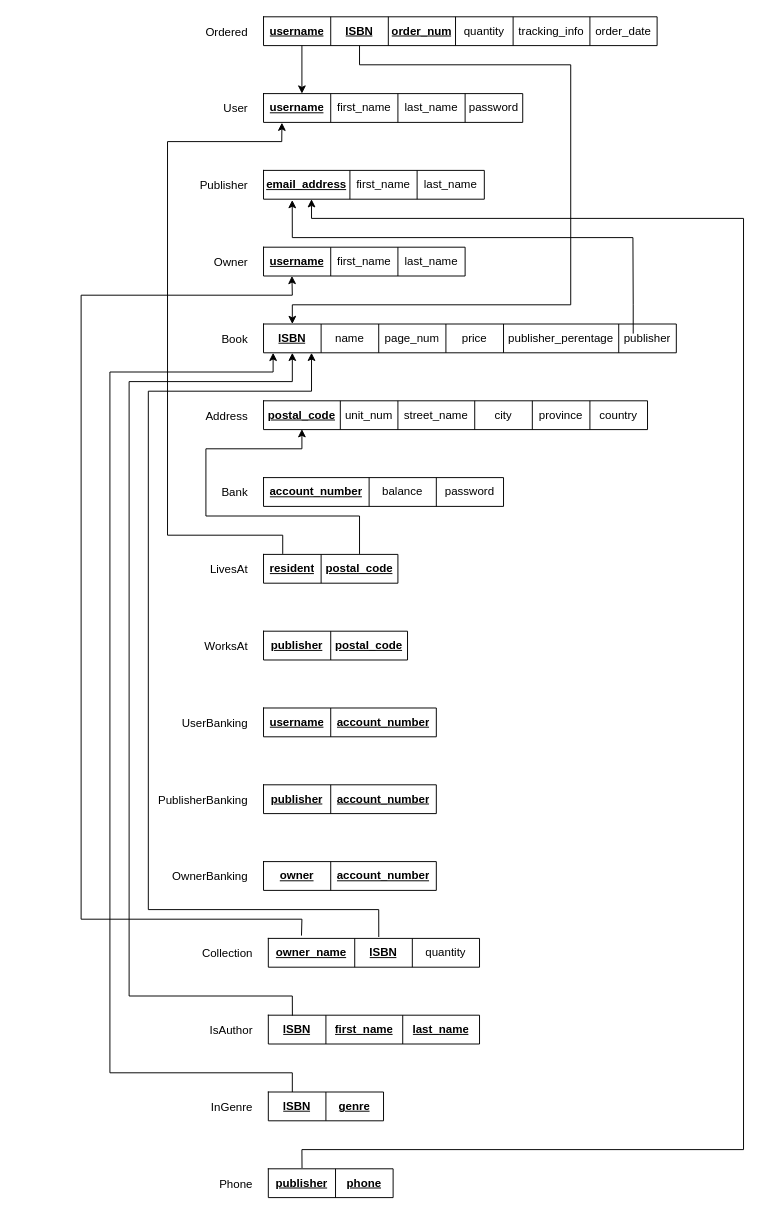
Before: Diagrams/2.2 Reduction to Relation Schema.drawio in MiniEinsteinD/BookStore, a draw.io diagram. Source tidied: cells renumbered, new cells numbered last; positions are measured from the earlier drawing's top-left corner, leaving out a move shared by most shapes. Both pictures are drawn from the tidied source at 96%, with x=0, y=0 at pixel (81, 16).
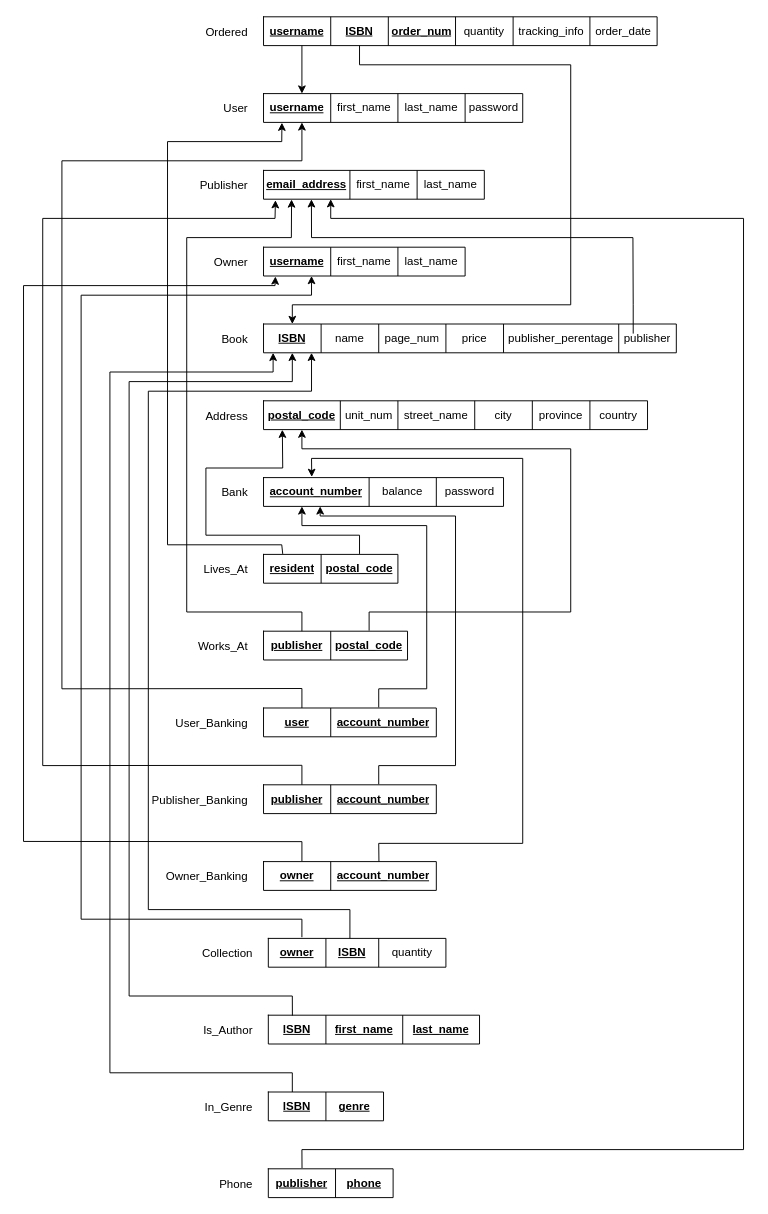
The same page after the edit.

Commit message:
edited banking relations in schema

Unchanged cells that the change refers to:
```xml
<mxCell id="3" style="shape=partialRectangle;html=1;whiteSpace=wrap;fillColor=none;top=0;left=0;bottom=0;right=0;points=[[0,0.5],[1,0.5]];portConstraint=eastwest;" parent="2" vertex="1">
  <mxGeometry width="270" height="30" as="geometry" />
</mxCell>
<mxCell id="10" style="shape=partialRectangle;html=1;whiteSpace=wrap;fillColor=none;top=0;left=0;bottom=0;right=0;points=[[0,0.5],[1,0.5]];portConstraint=eastwest;" parent="9" vertex="1">
  <mxGeometry width="230" height="30" as="geometry" />
</mxCell>
<mxCell id="16" style="shape=partialRectangle;html=1;whiteSpace=wrap;fillColor=none;top=0;left=0;bottom=0;right=0;points=[[0,0.5],[1,0.5]];portConstraint=eastwest;" parent="15" vertex="1">
  <mxGeometry width="210" height="30" as="geometry" />
</mxCell>
<mxCell id="31" style="shape=partialRectangle;html=1;whiteSpace=wrap;fillColor=none;top=0;left=0;bottom=0;right=0;points=[[0,0.5],[1,0.5]];portConstraint=eastwest;" parent="30" vertex="1">
  <mxGeometry width="400" height="30" as="geometry" />
</mxCell>
<mxCell id="40" style="shape=partialRectangle;html=1;whiteSpace=wrap;fillColor=none;top=0;left=0;bottom=0;right=0;points=[[0,0.5],[1,0.5]];portConstraint=eastwest;" parent="39" vertex="1">
  <mxGeometry width="250" height="30" as="geometry" />
</mxCell>
<mxCell id="86" style="shape=partialRectangle;html=1;whiteSpace=wrap;fillColor=none;top=0;left=0;bottom=0;right=0;points=[[0,0.5],[1,0.5]];portConstraint=eastwest;" parent="85" vertex="1">
  <mxGeometry width="130" height="30" as="geometry" />
</mxCell>
<mxCell id="97" style="shape=partialRectangle;html=1;whiteSpace=wrap;fillColor=none;top=0;left=0;bottom=0;right=0;" parent="96" vertex="1">
  <mxGeometry width="180" height="30" as="geometry" />
</mxCell>
<mxCell id="107" style="shape=partialRectangle;html=1;whiteSpace=wrap;fillColor=none;top=0;left=0;bottom=0;right=0;points=[[0,0.5],[1,0.5]];portConstraint=eastwest;" parent="106" vertex="1">
  <mxGeometry width="180" height="30" as="geometry" />
</mxCell>
```

The edit, as a diff of the source:
```diff
@@
-    <mxCell id="45" style="endArrow=classic;html=1;rounded=0;entryX=0.13;entryY=1.03;entryDx=0;entryDy=0;entryPerimeter=0;" parent="1" edge="1" target="10">
+    <mxCell id="45" style="endArrow=classic;html=1;rounded=0;entryX=0.217;entryY=1.004;entryDx=0;entryDy=0;entryPerimeter=0;" parent="1" edge="1" target="10">
       <mxGeometry relative="1" as="geometry">
         <mxPoint x="575.1" y="330" as="sourcePoint" />
         <Array as="points">
           <mxPoint x="575.1" y="300" />
           <mxPoint x="574.8" y="230" />
-          <mxPoint x="220" y="230" />
+          <mxPoint x="240" y="230" />
         </Array>
       </mxGeometry>
     </mxCell>
@@
-    <mxCell id="50" value="LivesAt" style="text;strokeColor=none;fillColor=none;align=right;verticalAlign=middle;spacingLeft=4;spacingRight=4;overflow=hidden;" parent="1" vertex="1">
+    <mxCell id="50" value="Lives_At" style="text;strokeColor=none;fillColor=none;align=right;verticalAlign=middle;spacingLeft=4;spacingRight=4;overflow=hidden;" parent="1" vertex="1">
       <mxGeometry x="100" y="560" width="80" height="30" as="geometry" />
     </mxCell>
     <mxCell id="51" style="endArrow=classic;html=1;rounded=0;entryX=0.071;entryY=1.011;entryDx=0;entryDy=0;entryPerimeter=0;" parent="1" edge="1" target="3">
       <mxGeometry relative="1" as="geometry">
         <mxPoint x="210" y="559.5" as="sourcePoint" />
         <Array as="points">
-          <mxPoint x="210" y="540" />
-          <mxPoint x="90" y="540" />
+          <mxPoint x="209" y="550" />
+          <mxPoint x="90" y="550" />
           <mxPoint x="90" y="130" />
           <mxPoint x="209" y="130" />
         </Array>
       </mxGeometry>
     </mxCell>
-    <mxCell id="52" style="endArrow=classic;html=1;rounded=0;entryX=0.1;entryY=0.985;entryDx=0;entryDy=0;entryPerimeter=0;" parent="1" edge="1" target="31">
+    <mxCell id="52" style="endArrow=classic;html=1;rounded=0;entryX=0.049;entryY=1.004;entryDx=0;entryDy=0;entryPerimeter=0;" parent="1" edge="1" target="31">
       <mxGeometry relative="1" as="geometry">
         <mxPoint x="290" y="559.5" as="sourcePoint" />
         <Array as="points">
-          <mxPoint x="290" y="520" />
-          <mxPoint x="130" y="520" />
-          <mxPoint x="130" y="450" />
-          <mxPoint x="230" y="450" />
+          <mxPoint x="290" y="540" />
+          <mxPoint x="130" y="540" />
+          <mxPoint x="130" y="470" />
+          <mxPoint x="210" y="470" />
         </Array>
       </mxGeometry>
     </mxCell>
     <mxCell id="53" style="shape=table;html=1;whiteSpace=wrap;startSize=0;childLayout=tableLayout;" parent="1" vertex="1">
-      <mxGeometry x="195" y="960" width="220" height="30" as="geometry" />
+      <mxGeometry x="195" y="960" width="185" height="30" as="geometry" />
     </mxCell>
     <mxCell id="54" style="shape=partialRectangle;html=1;whiteSpace=wrap;fillColor=none;top=0;left=0;bottom=0;right=0;points=[[0,0.5],[1,0.5]];portConstraint=eastwest;" parent="53" vertex="1">
-      <mxGeometry width="220" height="30" as="geometry" />
+      <mxGeometry width="185" height="30" as="geometry" />
     </mxCell>
-    <mxCell id="55" value="&lt;b&gt;owner_name&lt;/b&gt;" style="shape=partialRectangle;html=1;whiteSpace=wrap;fillColor=none;top=0;left=0;bottom=0;right=0;overflow=hidden;fontStyle=4;" parent="54" vertex="1">
-      <mxGeometry width="90" height="30" as="geometry" />
+    <mxCell id="55" value="&lt;b&gt;owner&lt;/b&gt;" style="shape=partialRectangle;html=1;whiteSpace=wrap;fillColor=none;top=0;left=0;bottom=0;right=0;overflow=hidden;fontStyle=4;" parent="54" vertex="1">
+      <mxGeometry width="60" height="30" as="geometry" />
     </mxCell>
     <mxCell id="56" value="&lt;b&gt;&lt;u&gt;ISBN&lt;/u&gt;&lt;/b&gt;" style="shape=partialRectangle;html=1;whiteSpace=wrap;fillColor=none;top=0;left=0;bottom=0;right=0;overflow=hidden;" parent="54" vertex="1">
-      <mxGeometry x="90" width="60" height="30" as="geometry" />
+      <mxGeometry x="60" width="55" height="30" as="geometry" />
     </mxCell>
     <mxCell id="57" value="quantity" style="shape=partialRectangle;html=1;whiteSpace=wrap;fillColor=none;top=0;left=0;bottom=0;right=0;overflow=hidden;" parent="54" vertex="1">
-      <mxGeometry x="150" width="70" height="30" as="geometry" />
+      <mxGeometry x="115" width="70" height="30" as="geometry" />
     </mxCell>
@@
-    <mxCell id="59" style="endArrow=classic;html=1;rounded=0;entryX=0.141;entryY=0.998;entryDx=0;entryDy=0;entryPerimeter=0;exitX=0.157;exitY=-0.097;exitDx=0;exitDy=0;exitPerimeter=0;" parent="1" edge="1" source="54" target="16">
+    <mxCell id="59" style="endArrow=classic;html=1;rounded=0;exitX=0.189;exitY=-0.042;exitDx=0;exitDy=0;exitPerimeter=0;" parent="1" edge="1" source="54">
       <mxGeometry relative="1" as="geometry">
+        <mxPoint x="240" y="270" as="targetPoint" />
         <Array as="points">
           <mxPoint x="230" y="940" />
           <mxPoint y="940" />
           <mxPoint y="290" />
-          <mxPoint x="220" y="290" />
+          <mxPoint x="240" y="290" />
         </Array>
       </mxGeometry>
     </mxCell>
-    <mxCell id="60" style="endArrow=classic;html=1;rounded=0;exitX=0.523;exitY=-0.049;exitDx=0;exitDy=0;exitPerimeter=0;" parent="1" edge="1" source="54">
+    <mxCell id="60" style="endArrow=classic;html=1;rounded=0;" parent="1" edge="1">
       <mxGeometry relative="1" as="geometry">
+        <mxPoint x="280" y="960" as="sourcePoint" />
         <mxPoint x="240" y="350" as="targetPoint" />
         <Array as="points">
-          <mxPoint x="310" y="930" />
+          <mxPoint x="280" y="930" />
           <mxPoint x="70" y="930" />
           <mxPoint x="70" y="390" />
           <mxPoint x="240" y="390" />
         </Array>
       </mxGeometry>
     </mxCell>
@@
-    <mxCell id="77" value="IsAuthor" style="text;strokeColor=none;fillColor=none;align=right;verticalAlign=middle;spacingLeft=4;spacingRight=4;overflow=hidden;" parent="1" vertex="1">
+    <mxCell id="77" value="Is_Author" style="text;strokeColor=none;fillColor=none;align=right;verticalAlign=middle;spacingLeft=4;spacingRight=4;overflow=hidden;" parent="1" vertex="1">
       <mxGeometry x="105" y="1040" width="80" height="30" as="geometry" />
     </mxCell>
@@
-    <mxCell id="82" value="InGenre" style="text;strokeColor=none;fillColor=none;align=right;verticalAlign=middle;spacingLeft=4;spacingRight=4;overflow=hidden;" parent="1" vertex="1">
+    <mxCell id="82" value="In_Genre" style="text;strokeColor=none;fillColor=none;align=right;verticalAlign=middle;spacingLeft=4;spacingRight=4;overflow=hidden;" parent="1" vertex="1">
       <mxGeometry x="105" y="1120" width="80" height="30" as="geometry" />
     </mxCell>
@@
     <mxCell id="90" style="endArrow=classic;html=1;rounded=0;exitX=0.27;exitY=-0.026;exitDx=0;exitDy=0;exitPerimeter=0;" parent="1" edge="1" source="86">
       <mxGeometry relative="1" as="geometry">
-        <mxPoint x="240" y="190" as="targetPoint" />
+        <mxPoint x="260" y="190" as="targetPoint" />
         <Array as="points">
           <mxPoint x="230" y="1180" />
           <mxPoint x="690" y="1180" />
           <mxPoint x="690" y="210" />
-          <mxPoint x="240" y="210" />
+          <mxPoint x="260" y="210" />
         </Array>
       </mxGeometry>
     </mxCell>
@@
-    <mxCell id="95" value="WorksAt" style="text;strokeColor=none;fillColor=none;align=right;verticalAlign=middle;spacingLeft=4;spacingRight=4;overflow=hidden;" parent="1" vertex="1">
+    <mxCell id="95" value="Works_At" style="text;strokeColor=none;fillColor=none;align=right;verticalAlign=middle;spacingLeft=4;spacingRight=4;overflow=hidden;" parent="1" vertex="1">
       <mxGeometry x="100" y="640" width="80" height="30" as="geometry" />
     </mxCell>
@@
-    <mxCell id="98" value="&lt;b&gt;username&lt;/b&gt;" style="shape=partialRectangle;html=1;whiteSpace=wrap;fillColor=none;top=0;left=0;bottom=0;right=0;overflow=hidden;fontStyle=4;" parent="97" vertex="1">
+    <mxCell id="98" value="&lt;b&gt;user&lt;/b&gt;" style="shape=partialRectangle;html=1;whiteSpace=wrap;fillColor=none;top=0;left=0;bottom=0;right=0;overflow=hidden;fontStyle=4;" parent="97" vertex="1">
       <mxGeometry width="70" height="30" as="geometry" />
     </mxCell>
@@
-    <mxCell id="100" value="UserBanking" style="text;strokeColor=none;fillColor=none;align=right;verticalAlign=middle;spacingLeft=4;spacingRight=4;overflow=hidden;" parent="1" vertex="1">
-      <mxGeometry x="100" y="720" width="80" height="30" as="geometry" />
+    <mxCell id="100" value="User_Banking" style="text;strokeColor=none;fillColor=none;align=right;verticalAlign=middle;spacingLeft=4;spacingRight=4;overflow=hidden;" parent="1" vertex="1">
+      <mxGeometry x="90" y="720" width="90" height="30" as="geometry" />
     </mxCell>
@@
-    <mxCell id="105" value="PublisherBanking" style="text;strokeColor=none;fillColor=none;align=right;verticalAlign=middle;spacingLeft=4;spacingRight=4;overflow=hidden;" parent="1" vertex="1">
+    <mxCell id="105" value="Publisher_Banking" style="text;strokeColor=none;fillColor=none;align=right;verticalAlign=middle;spacingLeft=4;spacingRight=4;overflow=hidden;" parent="1" vertex="1">
       <mxGeometry x="70" y="800" width="110" height="30" as="geometry" />
     </mxCell>
@@
-    <mxCell id="110" value="OwnerBanking" style="text;strokeColor=none;fillColor=none;align=right;verticalAlign=middle;spacingLeft=4;spacingRight=4;overflow=hidden;" parent="1" vertex="1">
-      <mxGeometry x="90" y="880" width="90" height="30" as="geometry" />
+    <mxCell id="110" value="Owner_Banking" style="text;strokeColor=none;fillColor=none;align=right;verticalAlign=middle;spacingLeft=4;spacingRight=4;overflow=hidden;" parent="1" vertex="1">
+      <mxGeometry x="80" y="880" width="100" height="30" as="geometry" />
     </mxCell>
+    <mxCell id="111" style="endArrow=classic;html=1;rounded=0;entryX=0.127;entryY=1.01;entryDx=0;entryDy=0;entryPerimeter=0;" parent="1" edge="1" target="10">
+      <mxGeometry relative="1" as="geometry">
+        <mxPoint x="230" y="640" as="sourcePoint" />
+        <Array as="points">
+          <mxPoint x="230" y="620" />
+          <mxPoint x="110" y="620" />
+          <mxPoint x="110" y="230" />
+          <mxPoint x="219" y="230" />
+        </Array>
+      </mxGeometry>
+    </mxCell>
+    <mxCell id="112" style="endArrow=classic;html=1;rounded=0;" parent="1" edge="1">
+      <mxGeometry relative="1" as="geometry">
+        <mxPoint x="300" y="639.4" as="sourcePoint" />
+        <mxPoint x="230" y="430" as="targetPoint" />
+        <Array as="points">
+          <mxPoint x="300" y="620" />
+          <mxPoint x="510" y="620" />
+          <mxPoint x="510" y="450" />
+          <mxPoint x="230" y="450" />
+        </Array>
+      </mxGeometry>
+    </mxCell>
+    <mxCell id="113" style="endArrow=classic;html=1;rounded=0;" parent="1" edge="1">
+      <mxGeometry relative="1" as="geometry">
+        <mxPoint x="230" y="720" as="sourcePoint" />
+        <mxPoint x="230" y="110" as="targetPoint" />
+        <Array as="points">
+          <mxPoint x="230" y="699.7" />
+          <mxPoint x="-20" y="700" />
+          <mxPoint x="-20" y="150" />
+          <mxPoint x="230" y="150" />
+        </Array>
+      </mxGeometry>
+    </mxCell>
+    <mxCell id="114" style="endArrow=classic;html=1;rounded=0;" parent="1" edge="1">
+      <mxGeometry relative="1" as="geometry">
+        <mxPoint x="310" y="719.4" as="sourcePoint" />
+        <mxPoint x="230" y="510" as="targetPoint" />
+        <Array as="points">
+          <mxPoint x="310" y="700" />
+          <mxPoint x="360" y="700" />
+          <mxPoint x="360" y="530" />
+          <mxPoint x="230" y="530" />
+        </Array>
+      </mxGeometry>
+    </mxCell>
+    <mxCell id="115" style="endArrow=classic;html=1;rounded=0;entryX=0.054;entryY=1.035;entryDx=0;entryDy=0;entryPerimeter=0;" parent="1" edge="1" target="10">
+      <mxGeometry relative="1" as="geometry">
+        <mxPoint x="230" y="800" as="sourcePoint" />
+        <Array as="points">
+          <mxPoint x="230" y="779.7" />
+          <mxPoint x="-40" y="780" />
+          <mxPoint x="-40" y="210" />
+          <mxPoint x="202" y="210" />
+        </Array>
+      </mxGeometry>
+    </mxCell>
+    <mxCell id="116" style="endArrow=classic;html=1;rounded=0;entryX=0.054;entryY=1.035;entryDx=0;entryDy=0;entryPerimeter=0;" parent="1" edge="1">
+      <mxGeometry relative="1" as="geometry">
+        <mxPoint x="230" y="879.5" as="sourcePoint" />
+        <mxPoint x="202.4" y="270.5" as="targetPoint" />
+        <Array as="points">
+          <mxPoint x="230" y="859.2" />
+          <mxPoint x="-60" y="859" />
+          <mxPoint x="-60" y="280" />
+          <mxPoint x="202" y="280" />
+        </Array>
+      </mxGeometry>
+    </mxCell>
+    <mxCell id="117" style="endArrow=classic;html=1;rounded=0;" parent="1" edge="1">
+      <mxGeometry relative="1" as="geometry">
+        <mxPoint x="310" y="799.4" as="sourcePoint" />
+        <mxPoint x="249" y="510" as="targetPoint" />
+        <Array as="points">
+          <mxPoint x="310" y="780" />
+          <mxPoint x="390" y="780" />
+          <mxPoint x="390" y="520" />
+          <mxPoint x="249" y="520" />
+        </Array>
+      </mxGeometry>
+    </mxCell>
+    <mxCell id="118" style="endArrow=classic;html=1;rounded=0;exitX=0.668;exitY=-0.002;exitDx=0;exitDy=0;exitPerimeter=0;entryX=0.201;entryY=-0.024;entryDx=0;entryDy=0;entryPerimeter=0;" parent="1" edge="1" source="107" target="40">
+      <mxGeometry relative="1" as="geometry">
+        <Array as="points">
+          <mxPoint x="310" y="861" />
+          <mxPoint x="460" y="861" />
+          <mxPoint x="460" y="460" />
+          <mxPoint x="240" y="460" />
+        </Array>
+      </mxGeometry>
+    </mxCell>
```
